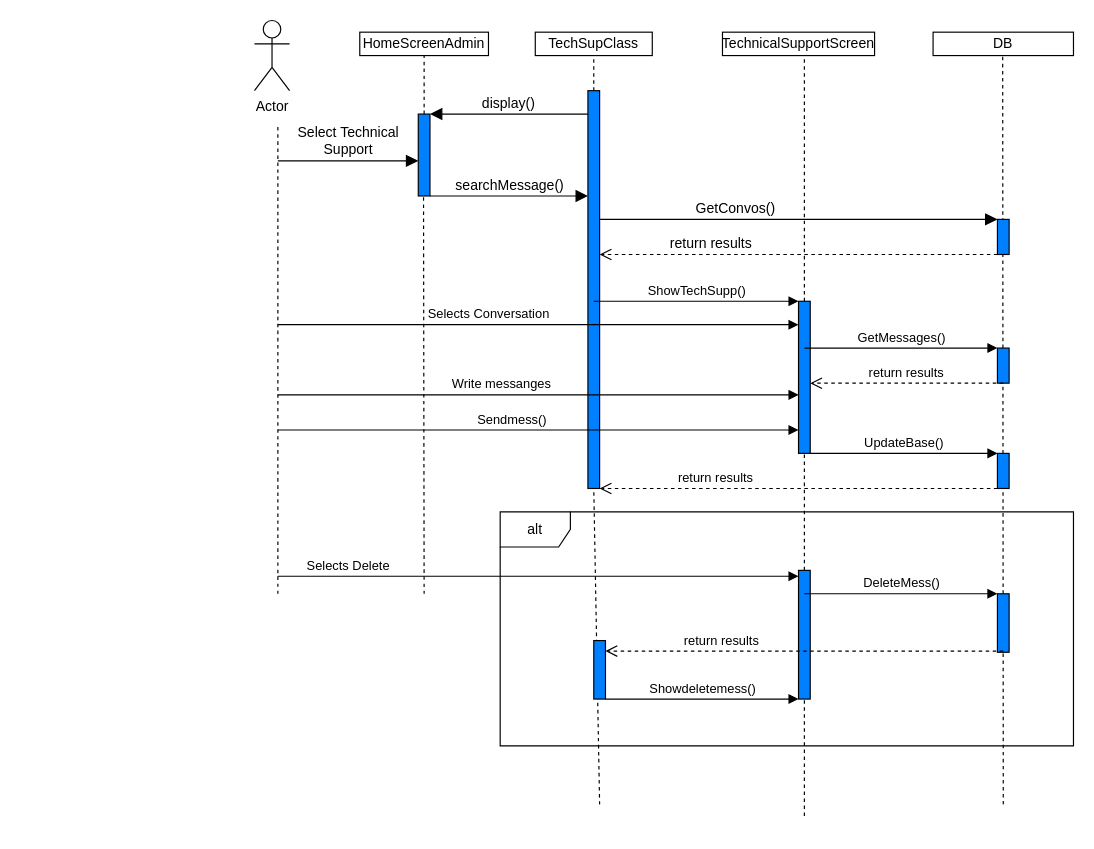
This is SEQUENCE/Technical support admin sequence.drawio from EliasPapagelis/Smart-Park-TL, a draw.io file, before an edit. Source tidied: cells renumbered, new cells numbered last; positions are measured from the earlier drawing's top-left corner, leaving out a move shared by most shapes. Both pictures are drawn from the tidied source at 117%, with x=0, y=0 at pixel (254, 20).
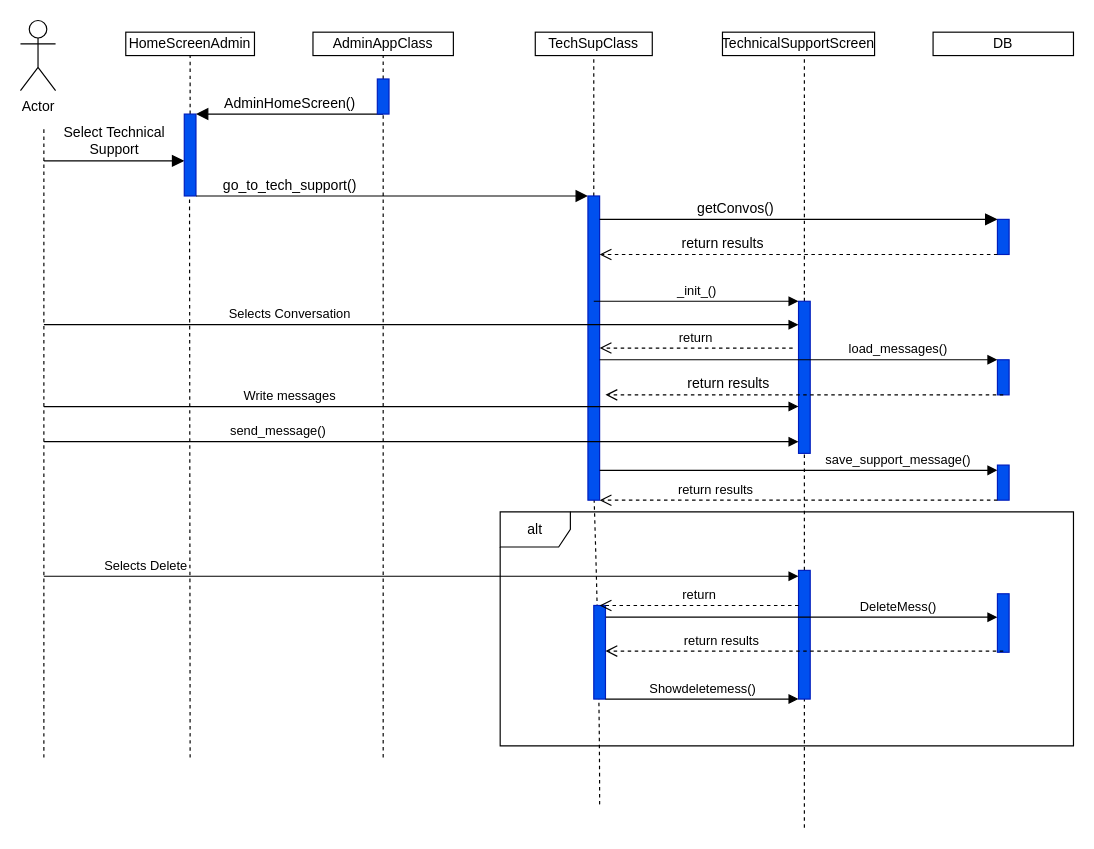
After the change.

Commit message (it also covers changes not shown here):
prwtes allages sequence

What changed in the source:
```diff
@@
     <mxCell id="2" value="Actor" style="shape=umlActor;verticalLabelPosition=bottom;verticalAlign=top;html=1;" parent="1" vertex="1">
-      <mxGeometry width="30" height="60" as="geometry" />
+      <mxGeometry x="-200" width="30" height="60" as="geometry" />
     </mxCell>
@@
     <mxCell id="6" value="HomeScreenAdmin" style="rounded=0;whiteSpace=wrap;html=1;" parent="1" vertex="1">
-      <mxGeometry x="90" y="10" width="110" height="20" as="geometry" />
+      <mxGeometry x="-110" y="10" width="110" height="20" as="geometry" />
     </mxCell>
@@
     <mxCell id="10" style="endArrow=none;dashed=1;html=1;rounded=0;fontSize=12;startSize=8;endSize=8;curved=1;" parent="1" edge="1">
       <mxGeometry relative="1" as="geometry">
-        <mxPoint x="20" y="490" as="sourcePoint" />
-        <mxPoint x="20" y="90" as="targetPoint" />
+        <mxPoint x="-180" y="630" as="sourcePoint" />
+        <mxPoint x="-180" y="90" as="targetPoint" />
       </mxGeometry>
     </mxCell>
-    <mxCell id="11" style="endArrow=none;dashed=1;html=1;rounded=0;fontSize=12;startSize=8;endSize=8;curved=1;" parent="1" edge="1">
-      <mxGeometry relative="1" as="geometry">
-        <mxPoint x="640" y="670" as="sourcePoint" />
-        <mxPoint x="639.5" y="30" as="targetPoint" />
-      </mxGeometry>
-    </mxCell>
     <mxCell id="12" value="Select Technical&lt;div&gt;Support&lt;/div&gt;" style="html=1;verticalAlign=bottom;endArrow=block;curved=0;rounded=0;fontSize=12;startSize=8;endSize=8;" parent="1" edge="1" target="13">
       <mxGeometry relative="1" as="geometry">
-        <mxPoint x="20" y="120" as="sourcePoint" />
+        <mxPoint x="-180" y="120" as="sourcePoint" />
       </mxGeometry>
     </mxCell>
-    <mxCell id="13" style="html=1;points=[[0,0,0,0,5],[0,1,0,0,-5],[1,0,0,0,5],[1,1,0,0,-5]];perimeter=orthogonalPerimeter;outlineConnect=0;targetShapes=umlLifeline;portConstraint=eastwest;newEdgeStyle={&quot;curved&quot;:0,&quot;rounded&quot;:0};fillColor=#007FFF;" parent="1" vertex="1">
-      <mxGeometry x="140" y="80" width="10" height="70" as="geometry" />
+    <mxCell id="13" style="html=1;points=[[0,0,0,0,5],[0,1,0,0,-5],[1,0,0,0,5],[1,1,0,0,-5]];perimeter=orthogonalPerimeter;outlineConnect=0;targetShapes=umlLifeline;portConstraint=eastwest;newEdgeStyle={&quot;curved&quot;:0,&quot;rounded&quot;:0};fillColor=#0050ef;fontColor=#ffffff;strokeColor=#001DBC;" parent="1" vertex="1">
+      <mxGeometry x="-60" y="80" width="10" height="70" as="geometry" />
     </mxCell>
-    <mxCell id="14" value="searchMessage()" style="html=1;verticalAlign=bottom;endArrow=block;curved=0;rounded=0;fontSize=12;startSize=8;endSize=8;" parent="1" edge="1" target="17">
-      <mxGeometry relative="1" as="geometry">
-        <mxPoint x="150" y="150" as="sourcePoint" />
+    <mxCell id="14" value="go_to_tech_support()" style="html=1;verticalAlign=bottom;endArrow=block;curved=0;rounded=0;fontSize=12;startSize=8;endSize=8;" parent="1" edge="1" target="17">
+      <mxGeometry x="-0.52" relative="1" as="geometry">
+        <mxPoint x="-50" y="150" as="sourcePoint" />
       </mxGeometry>
     </mxCell>
-    <mxCell id="15" value="display()" style="html=1;verticalAlign=bottom;endArrow=block;curved=0;rounded=0;fontSize=12;startSize=8;endSize=8;" parent="1" edge="1" source="17">
+    <mxCell id="15" value="AdminHomeScreen()" style="html=1;verticalAlign=bottom;endArrow=block;curved=0;rounded=0;fontSize=12;startSize=8;endSize=8;" parent="1" edge="1">
       <mxGeometry relative="1" as="geometry">
-        <mxPoint x="150" y="80" as="targetPoint" />
+        <mxPoint x="110" y="80" as="sourcePoint" />
+        <mxPoint x="-50" y="80" as="targetPoint" />
       </mxGeometry>
     </mxCell>
     <mxCell id="16" style="endArrow=none;dashed=1;html=1;rounded=0;fontSize=12;startSize=8;endSize=8;curved=1;" parent="1" edge="1">
       <mxGeometry relative="1" as="geometry">
         <mxPoint x="295" y="670" as="sourcePoint" />
         <mxPoint x="290" y="400" as="targetPoint" />
+        <Array as="points">
+          <mxPoint x="295" y="550" />
+        </Array>
       </mxGeometry>
     </mxCell>
-    <mxCell id="17" style="html=1;points=[[0,0,0,0,5],[0,1,0,0,-5],[1,0,0,0,5],[1,1,0,0,-5]];perimeter=orthogonalPerimeter;outlineConnect=0;targetShapes=umlLifeline;portConstraint=eastwest;newEdgeStyle={&quot;curved&quot;:0,&quot;rounded&quot;:0};fillColor=#007FFF;" parent="1" vertex="1">
-      <mxGeometry x="285" y="60" width="10" height="340" as="geometry" />
+    <mxCell id="17" style="html=1;points=[[0,0,0,0,5],[0,1,0,0,-5],[1,0,0,0,5],[1,1,0,0,-5]];perimeter=orthogonalPerimeter;outlineConnect=0;targetShapes=umlLifeline;portConstraint=eastwest;newEdgeStyle={&quot;curved&quot;:0,&quot;rounded&quot;:0};fillColor=#0050ef;fontColor=#ffffff;strokeColor=#001DBC;" parent="1" vertex="1">
+      <mxGeometry x="285" y="150" width="10" height="260" as="geometry" />
     </mxCell>
     <mxCell id="18" style="endArrow=none;dashed=1;html=1;rounded=0;fontSize=12;startSize=8;endSize=8;curved=1;" parent="1" edge="1">
       <mxGeometry relative="1" as="geometry">
-        <mxPoint x="145" y="490" as="sourcePoint" />
-        <mxPoint x="144.5" y="150" as="targetPoint" />
+        <mxPoint x="-55" y="630" as="sourcePoint" />
+        <mxPoint x="-55.5" y="150" as="targetPoint" />
       </mxGeometry>
     </mxCell>
-    <mxCell id="19" style="html=1;points=[[0,0,0,0,5],[0,1,0,0,-5],[1,0,0,0,5],[1,1,0,0,-5]];perimeter=orthogonalPerimeter;outlineConnect=0;targetShapes=umlLifeline;portConstraint=eastwest;newEdgeStyle={&quot;curved&quot;:0,&quot;rounded&quot;:0};fillColor=#007FFF;" parent="1" vertex="1">
+    <mxCell id="19" style="html=1;points=[[0,0,0,0,5],[0,1,0,0,-5],[1,0,0,0,5],[1,1,0,0,-5]];perimeter=orthogonalPerimeter;outlineConnect=0;targetShapes=umlLifeline;portConstraint=eastwest;newEdgeStyle={&quot;curved&quot;:0,&quot;rounded&quot;:0};fillColor=#0050ef;fontColor=#ffffff;strokeColor=#001DBC;" parent="1" vertex="1">
       <mxGeometry x="635" y="170" width="10" height="30" as="geometry" />
     </mxCell>
-    <mxCell id="20" value="GetConvos()" style="html=1;verticalAlign=bottom;endArrow=block;curved=0;rounded=0;fontSize=12;startSize=8;endSize=8;" parent="1" edge="1" target="19">
+    <mxCell id="20" value="getConvos()" style="html=1;verticalAlign=bottom;endArrow=block;curved=0;rounded=0;fontSize=12;startSize=8;endSize=8;" parent="1" edge="1" target="19">
       <mxGeometry x="-0.32" relative="1" as="geometry">
         <mxPoint x="295" y="170" as="sourcePoint" />
       </mxGeometry>
     </mxCell>
     <mxCell id="21" value="return results" style="html=1;verticalAlign=bottom;endArrow=open;dashed=1;endSize=8;curved=0;rounded=0;fontSize=12;" parent="1" edge="1" target="17">
-      <mxGeometry x="0.44" relative="1" as="geometry">
+      <mxGeometry x="0.38" relative="1" as="geometry">
         <mxPoint x="635" y="200" as="sourcePoint" />
       </mxGeometry>
     </mxCell>
-    <mxCell id="22" value="ShowTechSupp()" style="html=1;verticalAlign=bottom;endArrow=block;curved=0;rounded=0;" parent="1" edge="1" target="23">
+    <mxCell id="22" value="_init_()" style="html=1;verticalAlign=bottom;endArrow=block;curved=0;rounded=0;" parent="1" edge="1" target="23">
       <mxGeometry relative="1" as="geometry">
         <mxPoint x="290" y="240" as="sourcePoint" />
       </mxGeometry>
     </mxCell>
-    <mxCell id="23" style="html=1;points=[[0,0,0,0,5],[0,1,0,0,-5],[1,0,0,0,5],[1,1,0,0,-5]];perimeter=orthogonalPerimeter;outlineConnect=0;targetShapes=umlLifeline;portConstraint=eastwest;newEdgeStyle={&quot;curved&quot;:0,&quot;rounded&quot;:0};fillColor=#007FFF;" parent="1" vertex="1">
+    <mxCell id="23" style="html=1;points=[[0,0,0,0,5],[0,1,0,0,-5],[1,0,0,0,5],[1,1,0,0,-5]];perimeter=orthogonalPerimeter;outlineConnect=0;targetShapes=umlLifeline;portConstraint=eastwest;newEdgeStyle={&quot;curved&quot;:0,&quot;rounded&quot;:0};fillColor=#0050ef;fontColor=#ffffff;strokeColor=#001DBC;" parent="1" vertex="1">
       <mxGeometry x="465" y="240" width="10" height="130" as="geometry" />
     </mxCell>
-    <mxCell id="24" value="Selects Conversation" style="html=1;verticalAlign=bottom;endArrow=block;curved=0;rounded=0;" parent="1" edge="1" target="23">
-      <mxGeometry x="-0.19" relative="1" as="geometry">
-        <mxPoint x="20" y="260" as="sourcePoint" />
+    <mxCell id="24" value="Selects Conversation" style="html=1;verticalAlign=bottom;endArrow=block;curved=0;rounded=0;" parent="1" edge="1">
+      <mxGeometry x="-0.35" relative="1" as="geometry">
+        <mxPoint x="-180" y="260" as="sourcePoint" />
+        <mxPoint x="465" y="260" as="targetPoint" />
       </mxGeometry>
     </mxCell>
-    <mxCell id="25" value="GetMessages()" style="html=1;verticalAlign=bottom;endArrow=block;curved=0;rounded=0;" parent="1" edge="1" target="26">
-      <mxGeometry relative="1" as="geometry">
-        <mxPoint x="470" y="280" as="sourcePoint" />
-      </mxGeometry>
-    </mxCell>
-    <mxCell id="26" style="html=1;points=[[0,0,0,0,5],[0,1,0,0,-5],[1,0,0,0,5],[1,1,0,0,-5]];perimeter=orthogonalPerimeter;outlineConnect=0;targetShapes=umlLifeline;portConstraint=eastwest;newEdgeStyle={&quot;curved&quot;:0,&quot;rounded&quot;:0};fillColor=#007FFF;" parent="1" vertex="1">
-      <mxGeometry x="635" y="280" width="10" height="30" as="geometry" />
-    </mxCell>
-    <mxCell id="27" value="return results" style="html=1;verticalAlign=bottom;endArrow=open;dashed=1;endSize=8;curved=0;rounded=0;" parent="1" edge="1" target="23">
-      <mxGeometry relative="1" as="geometry">
-        <mxPoint x="640" y="310" as="sourcePoint" />
-      </mxGeometry>
-    </mxCell>
-    <mxCell id="28" value="Write messanges" style="html=1;verticalAlign=bottom;endArrow=block;curved=0;rounded=0;" parent="1" edge="1" target="23">
-      <mxGeometry x="-0.14" relative="1" as="geometry">
-        <mxPoint x="20" y="320" as="sourcePoint" />
+    <mxCell id="28" value="Write messages" style="html=1;verticalAlign=bottom;endArrow=block;curved=0;rounded=0;" parent="1" edge="1">
+      <mxGeometry x="-0.35" relative="1" as="geometry">
+        <mxPoint x="-180" y="330" as="sourcePoint" />
+        <mxPoint x="465" y="330" as="targetPoint" />
       </mxGeometry>
     </mxCell>
-    <mxCell id="29" value="Sendmess()" style="html=1;verticalAlign=bottom;endArrow=block;curved=0;rounded=0;" parent="1" edge="1" target="23">
-      <mxGeometry x="-0.1" relative="1" as="geometry">
-        <mxPoint x="20" y="350" as="sourcePoint" />
+    <mxCell id="29" value="send_message()" style="html=1;verticalAlign=bottom;endArrow=block;curved=0;rounded=0;" parent="1" edge="1">
+      <mxGeometry x="-0.38" relative="1" as="geometry">
+        <mxPoint x="-180" y="360" as="sourcePoint" />
+        <mxPoint x="465" y="360" as="targetPoint" />
       </mxGeometry>
     </mxCell>
-    <mxCell id="30" value="UpdateBase()" style="html=1;verticalAlign=bottom;endArrow=block;curved=0;rounded=0;" parent="1" edge="1" target="31">
-      <mxGeometry relative="1" as="geometry">
-        <mxPoint x="475" y="370" as="sourcePoint" />
+    <mxCell id="30" value="save_support_message()" style="html=1;verticalAlign=bottom;endArrow=block;curved=0;rounded=0;" parent="1" edge="1" source="17">
+      <mxGeometry x="0.5" relative="1" as="geometry">
+        <mxPoint x="635" y="384.5" as="targetPoint" />
       </mxGeometry>
     </mxCell>
-    <mxCell id="31" style="html=1;points=[[0,0,0,0,5],[0,1,0,0,-5],[1,0,0,0,5],[1,1,0,0,-5]];perimeter=orthogonalPerimeter;outlineConnect=0;targetShapes=umlLifeline;portConstraint=eastwest;newEdgeStyle={&quot;curved&quot;:0,&quot;rounded&quot;:0};fillColor=#007FFF;" parent="1" vertex="1">
-      <mxGeometry x="635" y="370" width="10" height="30" as="geometry" />
+    <mxCell id="31" style="html=1;points=[[0,0,0,0,5],[0,1,0,0,-5],[1,0,0,0,5],[1,1,0,0,-5]];perimeter=orthogonalPerimeter;outlineConnect=0;targetShapes=umlLifeline;portConstraint=eastwest;newEdgeStyle={&quot;curved&quot;:0,&quot;rounded&quot;:0};fillColor=#0050ef;fontColor=#ffffff;strokeColor=#001DBC;" parent="1" vertex="1">
+      <mxGeometry x="635" y="380" width="10" height="30" as="geometry" />
     </mxCell>
-    <mxCell id="32" value="return results" style="html=1;verticalAlign=bottom;endArrow=open;dashed=1;endSize=8;curved=0;rounded=0;" parent="1" edge="1" target="17">
+    <mxCell id="32" value="return results" style="html=1;verticalAlign=bottom;endArrow=open;dashed=1;endSize=8;curved=0;rounded=0;" parent="1" edge="1">
       <mxGeometry x="0.42" relative="1" as="geometry">
-        <mxPoint x="635" y="400" as="sourcePoint" />
+        <mxPoint x="635" y="410" as="sourcePoint" />
+        <mxPoint x="295" y="410" as="targetPoint" />
       </mxGeometry>
     </mxCell>
@@
     <mxCell id="34" value="Selects Delete" style="html=1;verticalAlign=bottom;endArrow=block;curved=0;rounded=0;entryX=0;entryY=0;entryDx=0;entryDy=5;entryPerimeter=0;" parent="1" edge="1" target="37">
       <mxGeometry x="-0.73" relative="1" as="geometry">
-        <mxPoint x="20" y="475" as="sourcePoint" />
+        <mxPoint x="-180" y="475" as="sourcePoint" />
       </mxGeometry>
     </mxCell>
@@
     <mxCell id="36" style="endArrow=none;dashed=1;html=1;rounded=0;" parent="1" edge="1" target="37">
       <mxGeometry relative="1" as="geometry">
-        <mxPoint x="470" y="680" as="sourcePoint" />
+        <mxPoint x="470" y="690" as="sourcePoint" />
       </mxGeometry>
     </mxCell>
-    <mxCell id="37" style="html=1;points=[[0,0,0,0,5],[0,1,0,0,-5],[1,0,0,0,5],[1,1,0,0,-5]];perimeter=orthogonalPerimeter;outlineConnect=0;targetShapes=umlLifeline;portConstraint=eastwest;newEdgeStyle={&quot;curved&quot;:0,&quot;rounded&quot;:0};fillColor=#007FFF;" parent="1" vertex="1">
+    <mxCell id="37" style="html=1;points=[[0,0,0,0,5],[0,1,0,0,-5],[1,0,0,0,5],[1,1,0,0,-5]];perimeter=orthogonalPerimeter;outlineConnect=0;targetShapes=umlLifeline;portConstraint=eastwest;newEdgeStyle={&quot;curved&quot;:0,&quot;rounded&quot;:0};fillColor=#0050ef;fontColor=#ffffff;strokeColor=#001DBC;" parent="1" vertex="1">
       <mxGeometry x="465" y="470" width="10" height="110" as="geometry" />
     </mxCell>
-    <mxCell id="38" value="DeleteMess()" style="html=1;verticalAlign=bottom;endArrow=block;curved=0;rounded=0;entryX=0;entryY=0;entryDx=0;entryDy=0;entryPerimeter=0;" parent="1" edge="1" target="39">
-      <mxGeometry relative="1" as="geometry">
-        <mxPoint x="470" y="490" as="sourcePoint" />
+    <mxCell id="38" value="DeleteMess()" style="html=1;verticalAlign=bottom;endArrow=block;curved=0;rounded=0;entryX=0;entryY=0;entryDx=0;entryDy=0;entryPerimeter=0;" parent="1" edge="1" source="40">
+      <mxGeometry x="0.49" relative="1" as="geometry">
+        <mxPoint x="635" y="510" as="targetPoint" />
       </mxGeometry>
     </mxCell>
-    <mxCell id="39" style="html=1;points=[[0,0,0,0,5],[0,1,0,0,-5],[1,0,0,0,5],[1,1,0,0,-5]];perimeter=orthogonalPerimeter;outlineConnect=0;targetShapes=umlLifeline;portConstraint=eastwest;newEdgeStyle={&quot;curved&quot;:0,&quot;rounded&quot;:0};fillColor=#007FFF;" parent="1" vertex="1">
+    <mxCell id="39" style="html=1;points=[[0,0,0,0,5],[0,1,0,0,-5],[1,0,0,0,5],[1,1,0,0,-5]];perimeter=orthogonalPerimeter;outlineConnect=0;targetShapes=umlLifeline;portConstraint=eastwest;newEdgeStyle={&quot;curved&quot;:0,&quot;rounded&quot;:0};fillColor=#0050ef;fontColor=#ffffff;strokeColor=#001DBC;" parent="1" vertex="1">
       <mxGeometry x="635" y="490" width="10" height="50" as="geometry" />
     </mxCell>
-    <mxCell id="40" style="html=1;points=[[0,0,0,0,5],[0,1,0,0,-5],[1,0,0,0,5],[1,1,0,0,-5]];perimeter=orthogonalPerimeter;outlineConnect=0;targetShapes=umlLifeline;portConstraint=eastwest;newEdgeStyle={&quot;curved&quot;:0,&quot;rounded&quot;:0};fillColor=#007FFF;" parent="1" vertex="1">
-      <mxGeometry x="290" y="530" width="10" height="50" as="geometry" />
+    <mxCell id="40" style="html=1;points=[[0,0,0,0,5],[0,1,0,0,-5],[1,0,0,0,5],[1,1,0,0,-5]];perimeter=orthogonalPerimeter;outlineConnect=0;targetShapes=umlLifeline;portConstraint=eastwest;newEdgeStyle={&quot;curved&quot;:0,&quot;rounded&quot;:0};fillColor=#0050ef;fontColor=#ffffff;strokeColor=#001DBC;" parent="1" vertex="1">
+      <mxGeometry x="290" y="500" width="10" height="80" as="geometry" />
     </mxCell>
@@
+    <mxCell id="43" value="AdminAppClass" style="html=1;whiteSpace=wrap;" parent="1" vertex="1">
+      <mxGeometry x="50" y="10" width="120" height="20" as="geometry" />
+    </mxCell>
+    <mxCell id="44" style="endArrow=none;dashed=1;html=1;rounded=0;" parent="1" edge="1" source="46">
+      <mxGeometry relative="1" as="geometry">
+        <mxPoint x="110" y="30" as="targetPoint" />
+      </mxGeometry>
+    </mxCell>
+    <mxCell id="45" style="endArrow=none;dashed=1;html=1;rounded=0;" parent="1" edge="1" target="46">
+      <mxGeometry relative="1" as="geometry">
+        <mxPoint x="110" y="630" as="sourcePoint" />
+      </mxGeometry>
+    </mxCell>
+    <mxCell id="46" style="html=1;points=[[0,0,0,0,5],[0,1,0,0,-5],[1,0,0,0,5],[1,1,0,0,-5]];perimeter=orthogonalPerimeter;outlineConnect=0;targetShapes=umlLifeline;portConstraint=eastwest;newEdgeStyle={&quot;curved&quot;:0,&quot;rounded&quot;:0};fillColor=#0050ef;fontColor=#ffffff;strokeColor=#001DBC;" parent="1" vertex="1">
+      <mxGeometry x="105" y="50" width="10" height="30" as="geometry" />
+    </mxCell>
+    <mxCell id="47" value="return" style="html=1;verticalAlign=bottom;endArrow=open;dashed=1;endSize=8;curved=0;rounded=0;" parent="1" edge="1">
+      <mxGeometry relative="1" as="geometry">
+        <mxPoint x="465" y="500" as="sourcePoint" />
+        <mxPoint x="295" y="500" as="targetPoint" />
+      </mxGeometry>
+    </mxCell>
+    <mxCell id="48" style="html=1;perimeter=orthogonalPerimeter;targetShapes=umlLifeline;newEdgeStyle={&quot;curved&quot;:0,&quot;rounded&quot;:0};fillColor=#0050ef;fontColor=#ffffff;strokeColor=#001DBC;" parent="1" vertex="1">
+      <mxGeometry x="635" y="290" width="10" height="30" as="geometry" />
+    </mxCell>
+    <mxCell id="49" value="load_messages()" style="html=1;verticalAlign=bottom;endArrow=block;curved=0;rounded=0;" parent="1" edge="1">
+      <mxGeometry x="0.5" relative="1" as="geometry">
+        <mxPoint x="295" y="290" as="sourcePoint" />
+        <mxPoint x="635" y="290" as="targetPoint" />
+      </mxGeometry>
+    </mxCell>
+    <mxCell id="27" value="return results" style="html=1;verticalAlign=bottom;endArrow=open;dashed=1;endSize=8;curved=0;rounded=0;fontSize=12;" parent="1" edge="1">
+      <mxGeometry x="0.38" relative="1" as="geometry">
+        <mxPoint x="640" y="320" as="sourcePoint" />
+        <mxPoint x="300" y="320" as="targetPoint" />
+      </mxGeometry>
+    </mxCell>
+    <mxCell id="50" value="return" style="html=1;verticalAlign=bottom;endArrow=open;dashed=1;endSize=8;curved=0;rounded=0;" parent="1" edge="1" target="17">
+      <mxGeometry relative="1" as="geometry">
+        <mxPoint x="460" y="280" as="sourcePoint" />
+      </mxGeometry>
+    </mxCell>
```
